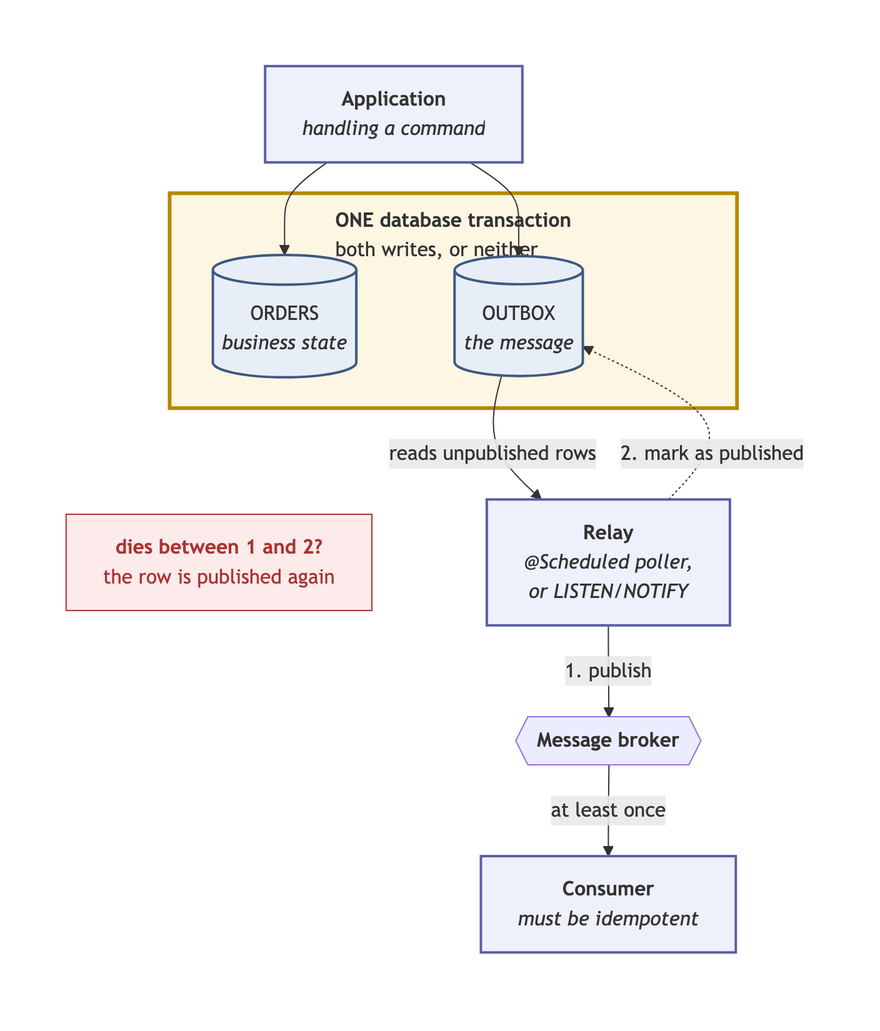
Before: assets/article_images/2026-08-21-from-cqrs-to-event-driven-architecture/05-outbox.png, a diagram exported from Mermaid (maldins46/comepaolo-blog-v2). Its source is kept beside it as assets/article_images/2026-08-21-from-cqrs-to-event-driven-architecture/05-outbox.mmd.
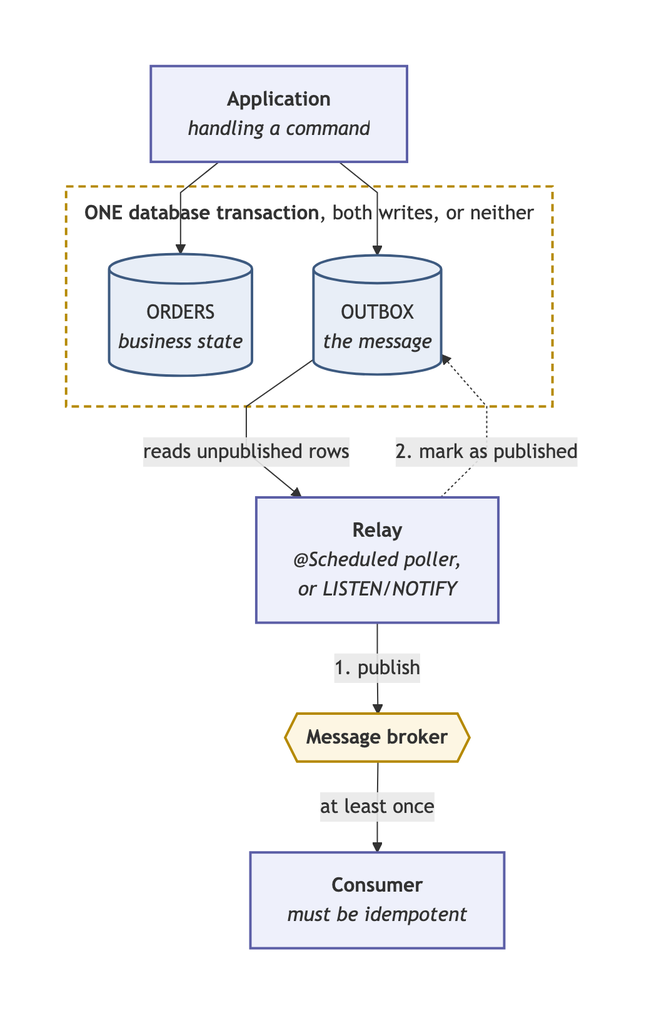
After the change.

Diff of the diagram source:
```diff
@@ -1,20 +1,18 @@
 flowchart TB
   APP["<b>Application</b><br/><i>handling a command</i>"]
 
-  subgraph TX["<b>ONE database transaction</b><br/>both writes, or neither"]
+  subgraph TX["<b>ONE database transaction</b>, both writes, or neither"]
     direction TB
     T1[("ORDERS<br/><i>business state</i>")]
     T2[("OUTBOX<br/><i>the message</i>")]
   end
 
-  X["<b>dies between 1 and 2?</b><br/>the row is published again"]
   REL["<b>Relay</b><br/><i>@Scheduled poller,<br/>or LISTEN/NOTIFY</i>"]
   BR{{"<b>Message broker</b>"}}
   CON["<b>Consumer</b><br/><i>must be idempotent</i>"]
 
   APP --> T1
   APP --> T2
-  T2 ~~~ X
   T2 -->|reads unpublished rows| REL
   REL -->|1. publish| BR
   REL -.->|2. mark as published| T2
@@ -22,8 +20,8 @@
 
   classDef store fill:#e8eef7,stroke:#3d5a80,stroke-width:2px
   classDef comp fill:#eef0fb,stroke:#5b5ea6,stroke-width:2px
-  classDef warn fill:#fdeaea,stroke:#a33,stroke-width:1px,color:#a33
+  classDef queue fill:#fdf6e3,stroke:#b58900,stroke-width:2px
   class T1,T2 store
   class APP,REL,CON comp
-  class X warn
-  style TX fill:#fdf6e3,stroke:#b58900,stroke-width:3px
+  class BR queue
+  style TX fill:#ffffff,stroke:#b58900,stroke-width:2px,stroke-dasharray: 6 4
```
